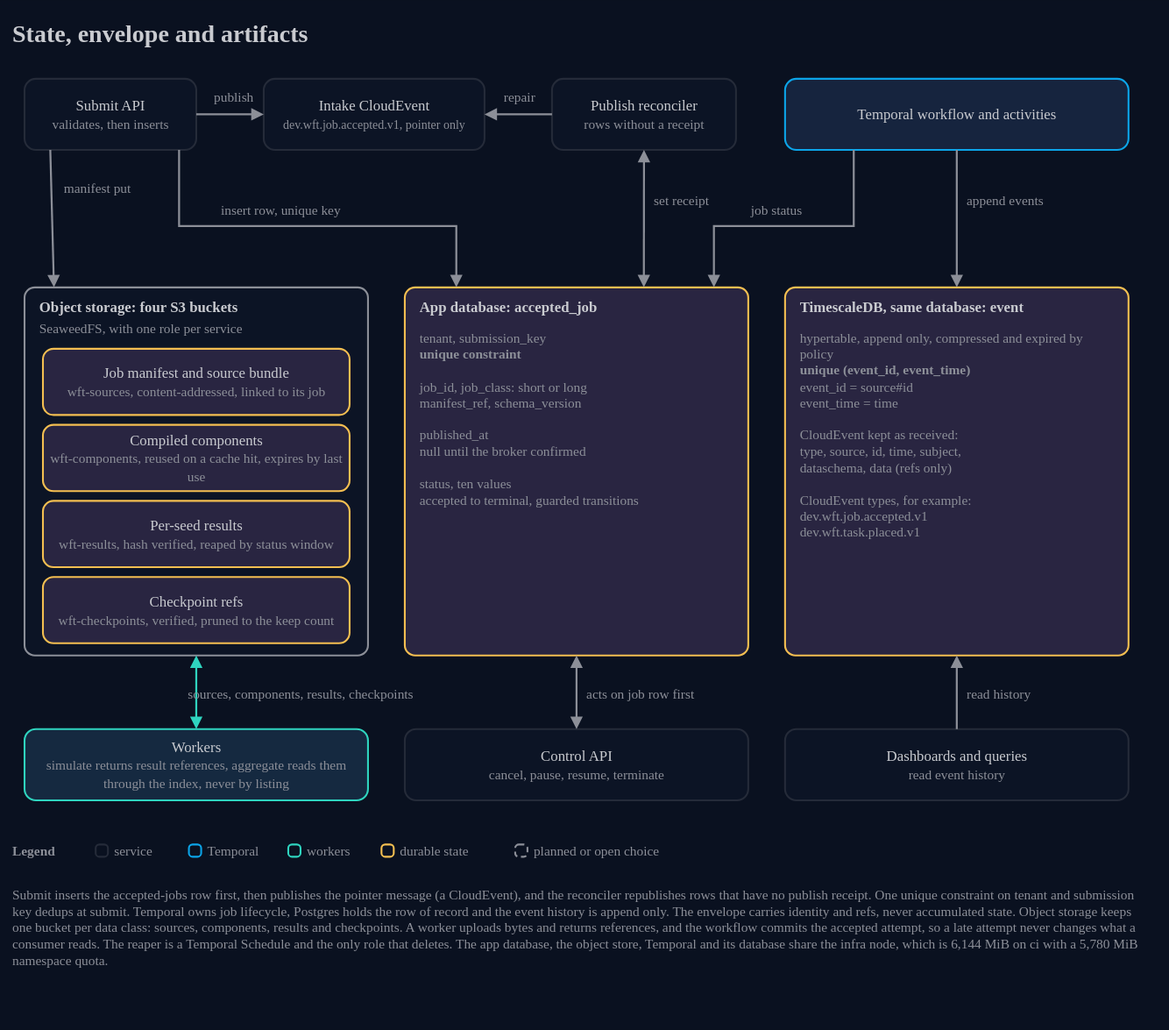
Above: docs/architecture/13-state-envelope-artifacts.drawio.svg in AndoNorth/disyard (draw.io), before the change. Source tidied: cells renumbered, new cells last; positions are measured from the earlier drawing's top-left corner, leaving out a move shared by most shapes.
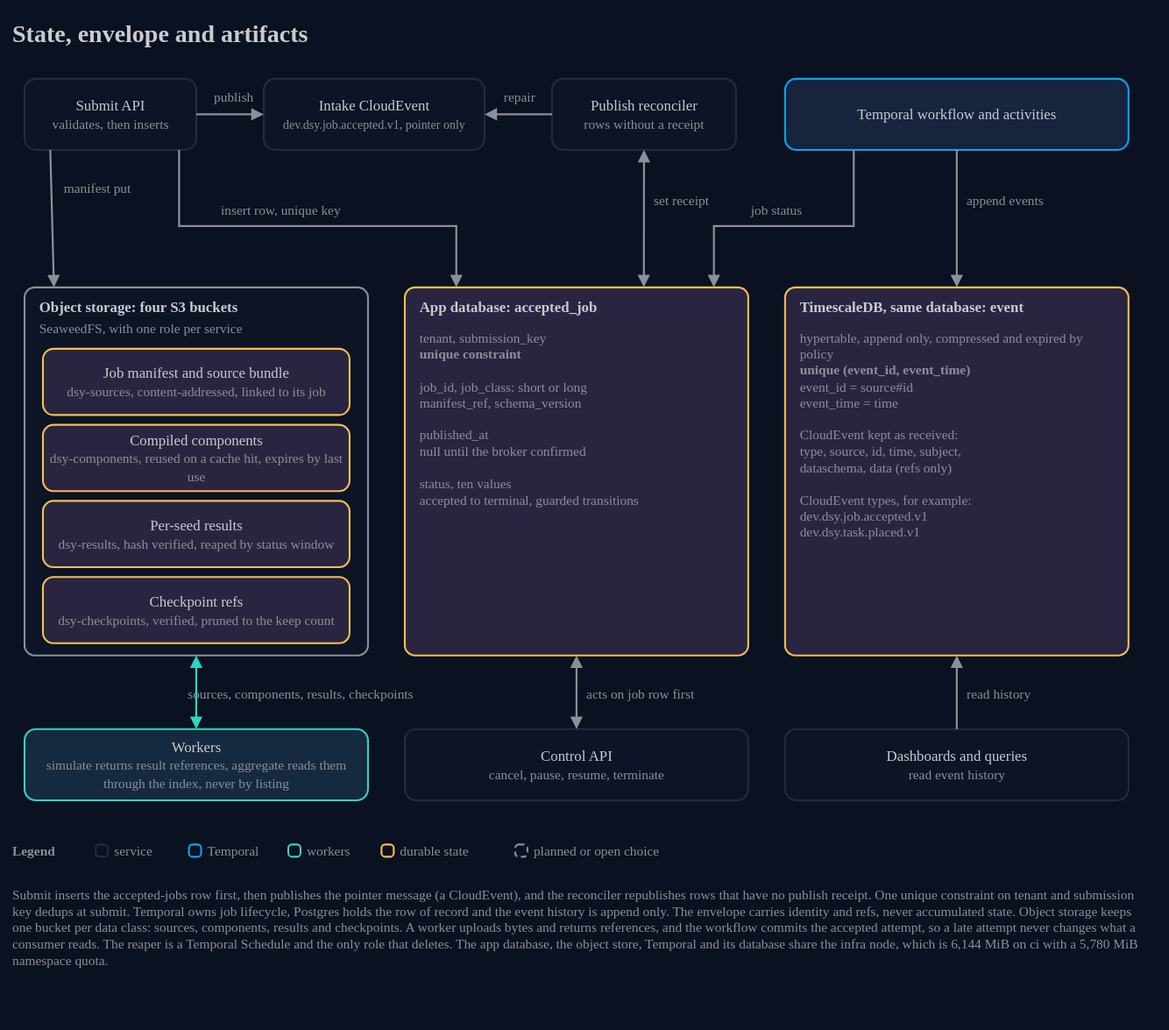
The same file after the commit.

Diff of the diagram source:
```diff
@@ -8,7 +8,7 @@
     <mxCell id="3" value="Submit API&lt;br&gt;&lt;font color=&quot;#8c8f98&quot; style=&quot;font-size:11px&quot;&gt;validates, then inserts&lt;/font&gt;" style="rounded=1;arcSize=16;html=1;whiteSpace=wrap;fillColor=#0c1425;strokeColor=#252b39;strokeWidth=1.5;fontColor=#c9cbd0;fontSize=12;fontFamily=IBM Plex Sans;align=center;verticalAlign=middle;" parent="1" vertex="1">
       <mxGeometry x="10" y="54" width="140" height="58" as="geometry" />
     </mxCell>
-    <mxCell id="4" value="Intake CloudEvent&lt;br&gt;&lt;font color=&quot;#8c8f98&quot; style=&quot;font-size:10px&quot;&gt;dev.wft.job.accepted.v1, pointer only&lt;/font&gt;" style="rounded=1;arcSize=16;html=1;whiteSpace=wrap;fillColor=#0c1425;strokeColor=#252b39;strokeWidth=1.5;fontColor=#c9cbd0;fontSize=12;fontFamily=IBM Plex Sans;align=center;verticalAlign=middle;" parent="1" vertex="1">
+    <mxCell id="4" value="Intake CloudEvent&lt;br&gt;&lt;font color=&quot;#8c8f98&quot; style=&quot;font-size:10px&quot;&gt;dev.dsy.job.accepted.v1, pointer only&lt;/font&gt;" style="rounded=1;arcSize=16;html=1;whiteSpace=wrap;fillColor=#0c1425;strokeColor=#252b39;strokeWidth=1.5;fontColor=#c9cbd0;fontSize=12;fontFamily=IBM Plex Sans;align=center;verticalAlign=middle;" parent="1" vertex="1">
       <mxGeometry x="205" y="54" width="180" height="58" as="geometry" />
     </mxCell>
     <mxCell id="5" value="Publish reconciler&lt;br&gt;&lt;font color=&quot;#8c8f98&quot; style=&quot;font-size:11px&quot;&gt;rows without a receipt&lt;/font&gt;" style="rounded=1;arcSize=16;html=1;whiteSpace=wrap;fillColor=#0c1425;strokeColor=#252b39;strokeWidth=1.5;fontColor=#c9cbd0;fontSize=12;fontFamily=IBM Plex Sans;align=center;verticalAlign=middle;" parent="1" vertex="1">
@@ -32,7 +32,7 @@
     <mxCell id="11" value="TimescaleDB, same database: event" style="text;html=1;strokeColor=none;fillColor=none;align=left;verticalAlign=middle;whiteSpace=nowrap;fontColor=#c9cbd0;fontSize=12;fontStyle=1;fontFamily=IBM Plex Sans;spacing=0;" parent="1" vertex="1">
       <mxGeometry x="642" y="230" width="260" height="20" as="geometry" />
     </mxCell>
-    <mxCell id="12" value="hypertable, append only, compressed and expired by policy&lt;br&gt;&lt;b&gt;unique (event_id, event_time)&lt;/b&gt;&lt;br&gt;event_id = source#id&lt;br&gt;event_time = time&lt;br&gt;&lt;br&gt;CloudEvent kept as received:&lt;br&gt;type, source, id, time, subject,&lt;br&gt;dataschema, data (refs only)&lt;br&gt;&lt;br&gt;CloudEvent types, for example:&lt;br&gt;dev.wft.job.accepted.v1&lt;br&gt;dev.wft.task.placed.v1" style="text;html=1;strokeColor=none;fillColor=none;align=left;verticalAlign=top;whiteSpace=wrap;fontColor=#8c8f98;fontSize=11;fontFamily=IBM Plex Mono;spacing=0;" parent="1" vertex="1">
+    <mxCell id="12" value="hypertable, append only, compressed and expired by policy&lt;br&gt;&lt;b&gt;unique (event_id, event_time)&lt;/b&gt;&lt;br&gt;event_id = source#id&lt;br&gt;event_time = time&lt;br&gt;&lt;br&gt;CloudEvent kept as received:&lt;br&gt;type, source, id, time, subject,&lt;br&gt;dataschema, data (refs only)&lt;br&gt;&lt;br&gt;CloudEvent types, for example:&lt;br&gt;dev.dsy.job.accepted.v1&lt;br&gt;dev.dsy.task.placed.v1" style="text;html=1;strokeColor=none;fillColor=none;align=left;verticalAlign=top;whiteSpace=wrap;fontColor=#8c8f98;fontSize=11;fontFamily=IBM Plex Mono;spacing=0;" parent="1" vertex="1">
       <mxGeometry x="642" y="254" width="256" height="260" as="geometry" />
     </mxCell>
     <mxCell id="13" style="rounded=1;arcSize=3;html=1;whiteSpace=wrap;fillColor=#0c1425;strokeColor=#8c8f98;strokeWidth=1.5;fontColor=#c9cbd0;fontSize=12;fontFamily=IBM Plex Sans;verticalAlign=top;align=left;" parent="1" vertex="1">
@@ -44,16 +44,16 @@
     <mxCell id="15" value="SeaweedFS, with one role per service" style="text;html=1;strokeColor=none;fillColor=none;align=left;verticalAlign=middle;whiteSpace=nowrap;fontColor=#8c8f98;fontSize=11;fontFamily=IBM Plex Sans;spacing=0;" parent="1" vertex="1">
       <mxGeometry x="22" y="248" width="260" height="18" as="geometry" />
     </mxCell>
-    <mxCell id="16" value="Job manifest and source bundle&lt;br&gt;&lt;font color=&quot;#8c8f98&quot; style=&quot;font-size:11px&quot;&gt;wft-sources, content-addressed, linked to its job&lt;/font&gt;" style="rounded=1;arcSize=16;html=1;whiteSpace=wrap;fillColor=#292541;strokeColor=#f4bf51;strokeWidth=1.5;fontColor=#c9cbd0;fontSize=12;fontFamily=IBM Plex Sans;align=center;verticalAlign=middle;" parent="1" vertex="1">
+    <mxCell id="16" value="Job manifest and source bundle&lt;br&gt;&lt;font color=&quot;#8c8f98&quot; style=&quot;font-size:11px&quot;&gt;dsy-sources, content-addressed, linked to its job&lt;/font&gt;" style="rounded=1;arcSize=16;html=1;whiteSpace=wrap;fillColor=#292541;strokeColor=#f4bf51;strokeWidth=1.5;fontColor=#c9cbd0;fontSize=12;fontFamily=IBM Plex Sans;align=center;verticalAlign=middle;" parent="1" vertex="1">
       <mxGeometry x="25" y="274" width="250" height="54" as="geometry" />
     </mxCell>
-    <mxCell id="17" value="Compiled components&lt;br&gt;&lt;font color=&quot;#8c8f98&quot; style=&quot;font-size:11px&quot;&gt;wft-components, reused on a cache hit, expires by last use&lt;/font&gt;" style="rounded=1;arcSize=16;html=1;whiteSpace=wrap;fillColor=#292541;strokeColor=#f4bf51;strokeWidth=1.5;fontColor=#c9cbd0;fontSize=12;fontFamily=IBM Plex Sans;align=center;verticalAlign=middle;" parent="1" vertex="1">
+    <mxCell id="17" value="Compiled components&lt;br&gt;&lt;font color=&quot;#8c8f98&quot; style=&quot;font-size:11px&quot;&gt;dsy-components, reused on a cache hit, expires by last use&lt;/font&gt;" style="rounded=1;arcSize=16;html=1;whiteSpace=wrap;fillColor=#292541;strokeColor=#f4bf51;strokeWidth=1.5;fontColor=#c9cbd0;fontSize=12;fontFamily=IBM Plex Sans;align=center;verticalAlign=middle;" parent="1" vertex="1">
       <mxGeometry x="25" y="336" width="250" height="54" as="geometry" />
     </mxCell>
-    <mxCell id="18" value="Per-seed results&lt;br&gt;&lt;font color=&quot;#8c8f98&quot; style=&quot;font-size:11px&quot;&gt;wft-results, hash verified, reaped by status window&lt;/font&gt;" style="rounded=1;arcSize=16;html=1;whiteSpace=wrap;fillColor=#292541;strokeColor=#f4bf51;strokeWidth=1.5;fontColor=#c9cbd0;fontSize=12;fontFamily=IBM Plex Sans;align=center;verticalAlign=middle;" parent="1" vertex="1">
+    <mxCell id="18" value="Per-seed results&lt;br&gt;&lt;font color=&quot;#8c8f98&quot; style=&quot;font-size:11px&quot;&gt;dsy-results, hash verified, reaped by status window&lt;/font&gt;" style="rounded=1;arcSize=16;html=1;whiteSpace=wrap;fillColor=#292541;strokeColor=#f4bf51;strokeWidth=1.5;fontColor=#c9cbd0;fontSize=12;fontFamily=IBM Plex Sans;align=center;verticalAlign=middle;" parent="1" vertex="1">
       <mxGeometry x="25" y="398" width="250" height="54" as="geometry" />
     </mxCell>
-    <mxCell id="19" value="Checkpoint refs&lt;br&gt;&lt;font color=&quot;#8c8f98&quot; style=&quot;font-size:11px&quot;&gt;wft-checkpoints, verified, pruned to the keep count&lt;/font&gt;" style="rounded=1;arcSize=16;html=1;whiteSpace=wrap;fillColor=#292541;strokeColor=#f4bf51;strokeWidth=1.5;fontColor=#c9cbd0;fontSize=12;fontFamily=IBM Plex Sans;align=center;verticalAlign=middle;" parent="1" vertex="1">
+    <mxCell id="19" value="Checkpoint refs&lt;br&gt;&lt;font color=&quot;#8c8f98&quot; style=&quot;font-size:11px&quot;&gt;dsy-checkpoints, verified, pruned to the keep count&lt;/font&gt;" style="rounded=1;arcSize=16;html=1;whiteSpace=wrap;fillColor=#292541;strokeColor=#f4bf51;strokeWidth=1.5;fontColor=#c9cbd0;fontSize=12;fontFamily=IBM Plex Sans;align=center;verticalAlign=middle;" parent="1" vertex="1">
       <mxGeometry x="25" y="460" width="250" height="54" as="geometry" />
     </mxCell>
     <mxCell id="20" value="Workers&lt;br&gt;&lt;font color=&quot;#8c8f98&quot; style=&quot;font-size:11px&quot;&gt;simulate returns result references, aggregate reads them through the index, never by listing&lt;/font&gt;" style="rounded=1;arcSize=16;html=1;whiteSpace=wrap;fillColor=#152940;strokeColor=#2fd4bf;strokeWidth=1.5;fontColor=#c9cbd0;fontSize=12;fontFamily=IBM Plex Sans;align=center;verticalAlign=middle;" parent="1" vertex="1">
```
